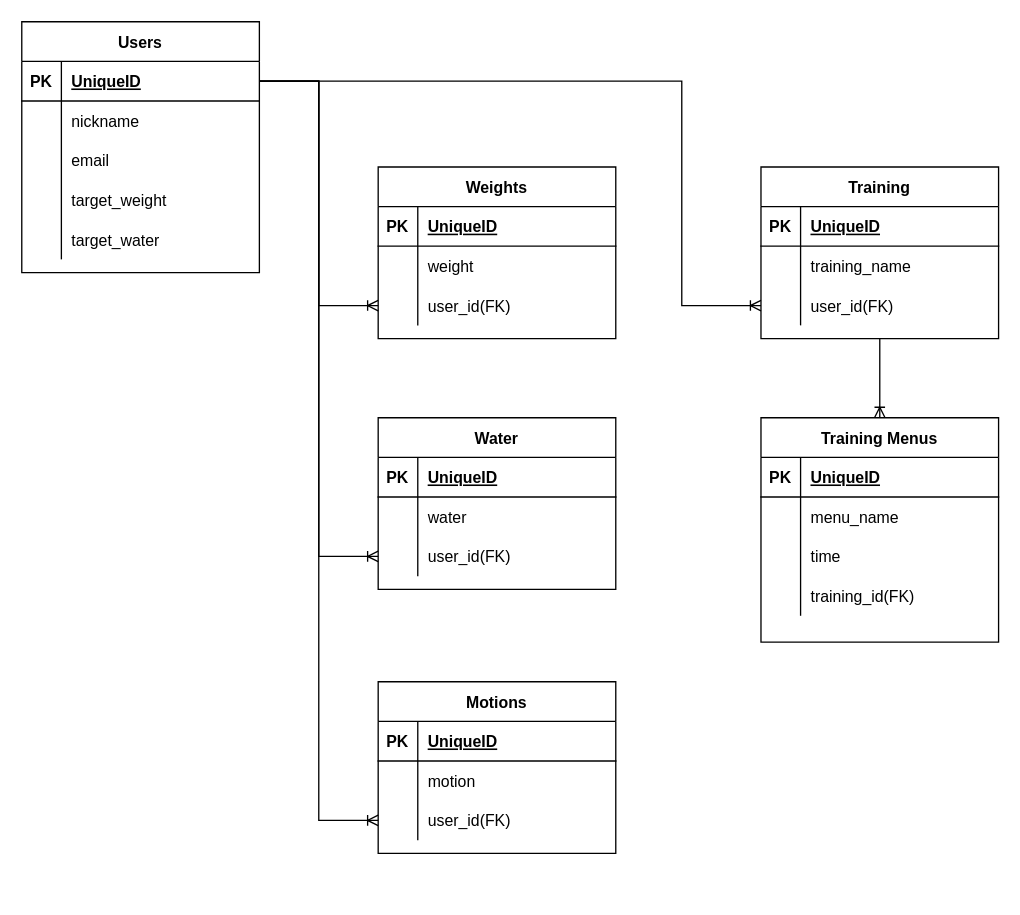
The draw.io diagram dropweight.dio in yukarikariri/dropweight, before the edit. Source tidied: cells renumbered, new cells numbered last; positions are measured from the earlier drawing's top-left corner, leaving out a move shared by most shapes. Both pictures are drawn from the tidied source at 132%, with x=0, y=0 at pixel (21, 21).
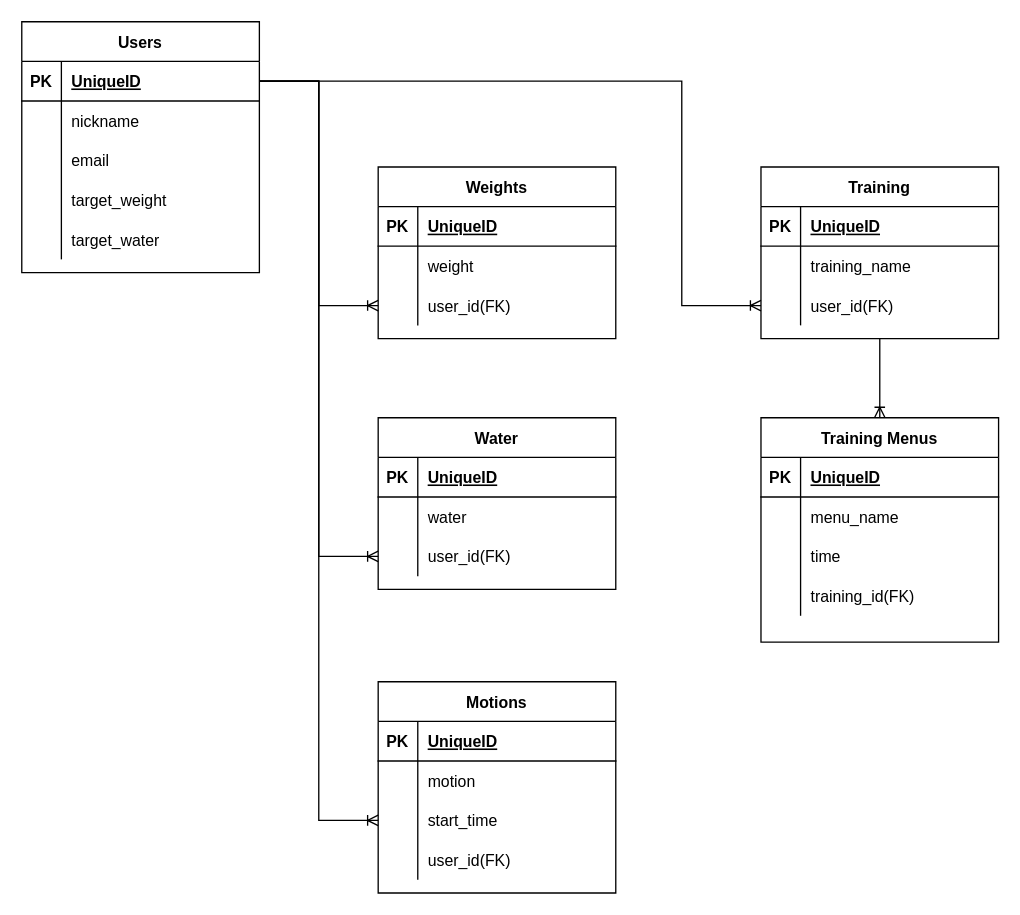
After the change.

The change refers to these unchanged cells:
```xml
<mxCell id="45" style="shape=partialRectangle;fillColor=none;top=0;left=0;bottom=0;right=0;points=[[0,0.5],[1,0.5]];portConstraint=eastwest;" parent="38" vertex="1">
  <mxGeometry y="90" width="180" height="30" as="geometry" />
</mxCell>
```

What changed in the source:
```diff
@@
     <mxCell id="38" value="Motions" style="shape=table;startSize=30;childLayout=tableLayout;rowLines=0;fontStyle=1;align=center;" parent="1" vertex="1">
-      <mxGeometry x="270" y="500" width="180" height="130" as="geometry" />
+      <mxGeometry x="270" y="500" width="180" height="160" as="geometry" />
     </mxCell>
@@
-    <mxCell id="47" value="user_id(FK)" style="shape=partialRectangle;fillColor=none;top=0;left=0;bottom=0;right=0;align=left;spacingLeft=6;overflow=hidden;" parent="45" vertex="1">
+    <mxCell id="47" value="start_time" style="shape=partialRectangle;fillColor=none;top=0;left=0;bottom=0;right=0;align=left;spacingLeft=6;overflow=hidden;" parent="45" vertex="1">
       <mxGeometry x="30" width="150" height="30" as="geometry" />
     </mxCell>
+    <mxCell id="76" style="shape=partialRectangle;fillColor=none;top=0;left=0;bottom=0;right=0;" parent="38" vertex="1">
+      <mxGeometry y="120" width="180" height="30" as="geometry" />
+    </mxCell>
+    <mxCell id="77" style="shape=partialRectangle;fillColor=none;top=0;left=0;bottom=0;right=0;overflow=hidden;" parent="76" vertex="1">
+      <mxGeometry width="30" height="30" as="geometry" />
+    </mxCell>
+    <mxCell id="78" value="user_id(FK)" style="shape=partialRectangle;fillColor=none;top=0;left=0;bottom=0;right=0;align=left;spacingLeft=6;overflow=hidden;" parent="76" vertex="1">
+      <mxGeometry x="30" width="150" height="30" as="geometry" />
+    </mxCell>
```
